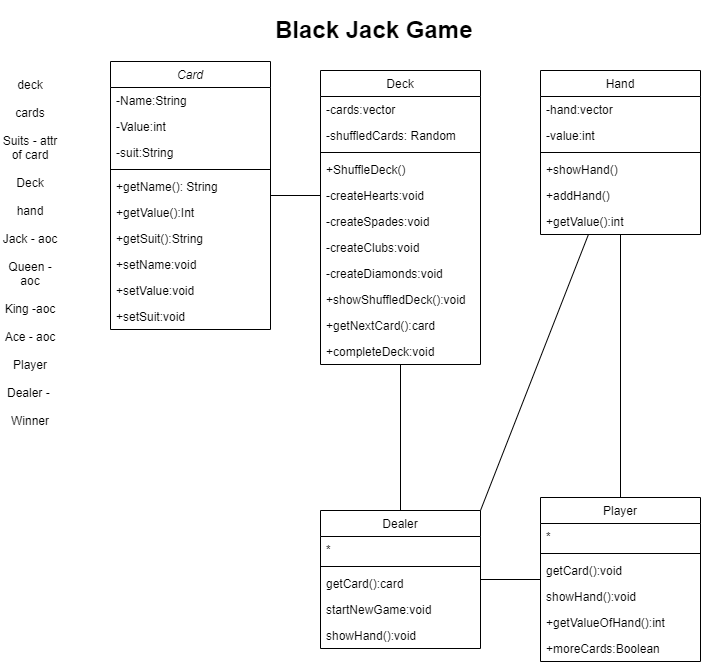
LaughingRover/Blackjack keeps this draw.io diagram as src/blackjack.drawio.png. Above is the earlier version. Source tidied: cells renumbered, new cells last; positions are measured from the earlier drawing's top-left corner, leaving out a move shared by most shapes.
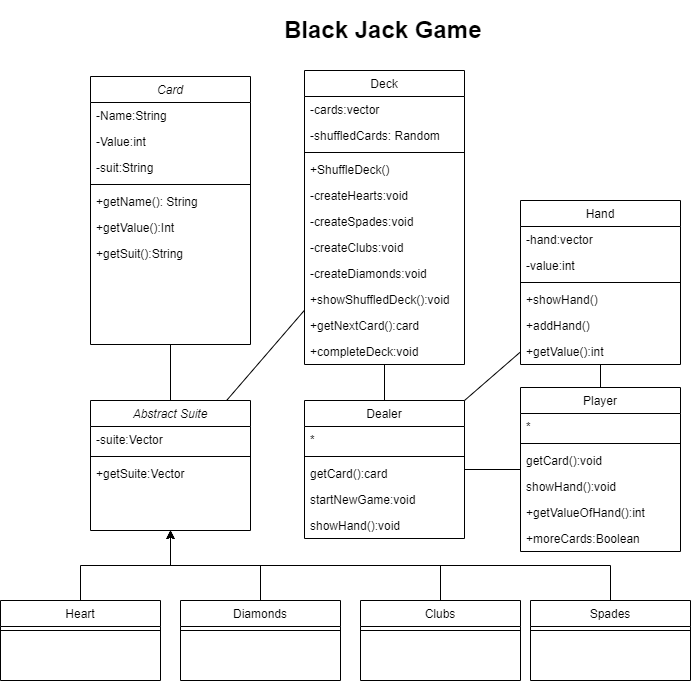
After the change.

Diff of the diagram source:
```diff
@@ -3,7 +3,7 @@
     <mxCell id="0" />
     <mxCell id="1" parent="0" />
     <mxCell id="2" value="Card" style="swimlane;fontStyle=2;align=center;verticalAlign=top;horizontal=1;startSize=26;rounded=0;shadow=0;strokeWidth=1;" parent="1" vertex="1">
-      <mxGeometry x="110" y="51" width="160" height="268" as="geometry" />
+      <mxGeometry x="100" y="66" width="160" height="268" as="geometry" />
     </mxCell>
     <mxCell id="3" value="-Name:String" style="text;align=left;verticalAlign=top;spacingLeft=4;spacingRight=4;overflow=hidden;" parent="2" vertex="1">
       <mxGeometry y="26" width="160" height="26" as="geometry" />
@@ -26,17 +26,8 @@
     <mxCell id="9" value="+getSuit():String" style="text;align=left;verticalAlign=top;spacingLeft=4;spacingRight=4;overflow=hidden;" parent="2" vertex="1">
       <mxGeometry y="164" width="160" height="26" as="geometry" />
     </mxCell>
-    <mxCell id="10" value="+setName:void" style="text;align=left;verticalAlign=top;spacingLeft=4;spacingRight=4;overflow=hidden;" parent="2" vertex="1">
-      <mxGeometry y="190" width="160" height="26" as="geometry" />
-    </mxCell>
-    <mxCell id="11" value="+setValue:void" style="text;align=left;verticalAlign=top;spacingLeft=4;spacingRight=4;overflow=hidden;" parent="2" vertex="1">
-      <mxGeometry y="216" width="160" height="26" as="geometry" />
-    </mxCell>
-    <mxCell id="12" value="+setSuit:void" style="text;align=left;verticalAlign=top;spacingLeft=4;spacingRight=4;overflow=hidden;" parent="2" vertex="1">
-      <mxGeometry y="242" width="160" height="26" as="geometry" />
-    </mxCell>
     <mxCell id="13" value="Player" style="swimlane;fontStyle=0;align=center;verticalAlign=top;horizontal=1;startSize=26;rounded=0;shadow=0;strokeWidth=1;" parent="1" vertex="1">
-      <mxGeometry x="540" y="487" width="160" height="164" as="geometry" />
+      <mxGeometry x="530" y="377" width="160" height="164" as="geometry" />
     </mxCell>
     <mxCell id="14" value="*" style="text;align=left;verticalAlign=top;spacingLeft=4;spacingRight=4;overflow=hidden;" parent="13" vertex="1">
       <mxGeometry y="26" width="160" height="26" as="geometry" />
@@ -57,7 +48,7 @@
       <mxGeometry y="138" width="160" height="26" as="geometry" />
     </mxCell>
     <mxCell id="20" value="Hand" style="swimlane;fontStyle=0;align=center;verticalAlign=top;horizontal=1;startSize=26;rounded=0;shadow=0;strokeWidth=1;" parent="1" vertex="1">
-      <mxGeometry x="540" y="60" width="160" height="164" as="geometry" />
+      <mxGeometry x="530" y="190" width="160" height="164" as="geometry" />
     </mxCell>
     <mxCell id="21" value="-hand:vector" style="text;align=left;verticalAlign=top;spacingLeft=4;spacingRight=4;overflow=hidden;" parent="20" vertex="1">
       <mxGeometry y="26" width="160" height="26" as="geometry" />
@@ -78,7 +69,7 @@
       <mxGeometry y="138" width="160" height="26" as="geometry" />
     </mxCell>
     <mxCell id="27" value="Deck" style="swimlane;fontStyle=0;align=center;verticalAlign=top;horizontal=1;startSize=26;rounded=0;shadow=0;strokeWidth=1;" parent="1" vertex="1">
-      <mxGeometry x="320" y="60" width="160" height="294" as="geometry" />
+      <mxGeometry x="314" y="60" width="160" height="294" as="geometry" />
     </mxCell>
     <mxCell id="28" value="-cards:vector" style="text;align=left;verticalAlign=top;spacingLeft=4;spacingRight=4;overflow=hidden;" parent="27" vertex="1">
       <mxGeometry y="26" width="160" height="26" as="geometry" />
@@ -113,14 +104,11 @@
     <mxCell id="38" value="+completeDeck:void" style="text;align=left;verticalAlign=top;spacingLeft=4;spacingRight=4;overflow=hidden;" parent="27" vertex="1">
       <mxGeometry y="268" width="160" height="26" as="geometry" />
     </mxCell>
-    <mxCell id="39" value="&lt;br&gt;deck&lt;br&gt;&lt;br&gt;cards&lt;br&gt;&lt;br&gt;Suits - attr of card&lt;br&gt;&lt;br&gt;Deck&lt;br&gt;&lt;br&gt;hand&lt;br&gt;&lt;br&gt;Jack - aoc&lt;br&gt;&lt;br&gt;Queen - aoc&lt;br&gt;&lt;br&gt;King -aoc&lt;br&gt;&lt;br&gt;Ace - aoc&lt;br&gt;&lt;br&gt;Player&lt;br&gt;&lt;br&gt;Dealer -&amp;nbsp;&lt;br&gt;&lt;br&gt;Winner" style="text;html=1;strokeColor=none;fillColor=none;align=center;verticalAlign=middle;whiteSpace=wrap;rounded=0;" parent="1" vertex="1">
-      <mxGeometry y="220" width="60" height="30" as="geometry" />
-    </mxCell>
     <mxCell id="40" value="&lt;h1&gt;Black Jack Game&lt;/h1&gt;" style="text;html=1;strokeColor=none;fillColor=none;spacing=5;spacingTop=-20;whiteSpace=wrap;overflow=hidden;rounded=0;" parent="1" vertex="1">
-      <mxGeometry x="270" width="210" height="50" as="geometry" />
+      <mxGeometry x="289" width="210" height="40" as="geometry" />
     </mxCell>
     <mxCell id="41" value="Dealer" style="swimlane;fontStyle=0;align=center;verticalAlign=top;horizontal=1;startSize=26;rounded=0;shadow=0;strokeWidth=1;" parent="1" vertex="1">
-      <mxGeometry x="320" y="500" width="160" height="138" as="geometry" />
+      <mxGeometry x="314" y="390" width="160" height="138" as="geometry" />
     </mxCell>
     <mxCell id="42" value="*" style="text;align=left;verticalAlign=top;spacingLeft=4;spacingRight=4;overflow=hidden;" parent="41" vertex="1">
       <mxGeometry y="26" width="160" height="26" as="geometry" />
@@ -146,11 +134,62 @@
     <mxCell id="49" style="endArrow=none;html=1;rounded=0;entryX=0.5;entryY=1;entryDx=0;entryDy=0;exitX=0.5;exitY=0;exitDx=0;exitDy=0;" parent="1" edge="1" source="41" target="27">
       <mxGeometry relative="1" as="geometry" />
     </mxCell>
-    <mxCell id="50" style="endArrow=none;html=1;rounded=0;entryX=0;entryY=0.5;entryDx=0;entryDy=0;" parent="1" edge="1" source="2" target="32">
+    <mxCell id="50" style="endArrow=none;html=1;rounded=0;entryX=0.5;entryY=0;entryDx=0;entryDy=0;" parent="1" edge="1" source="2" target="52">
       <mxGeometry relative="1" as="geometry" />
     </mxCell>
     <mxCell id="51" style="endArrow=none;html=1;rounded=0;exitX=1;exitY=0;exitDx=0;exitDy=0;" parent="1" edge="1" source="41" target="20">
       <mxGeometry relative="1" as="geometry" />
     </mxCell>
+    <mxCell id="52" value="Abstract Suite" style="swimlane;fontStyle=2;align=center;verticalAlign=top;horizontal=1;startSize=26;rounded=0;shadow=0;strokeWidth=1;" parent="1" vertex="1">
+      <mxGeometry x="100" y="390" width="160" height="130" as="geometry" />
+    </mxCell>
+    <mxCell id="53" value="-suite:Vector" style="text;align=left;verticalAlign=top;spacingLeft=4;spacingRight=4;overflow=hidden;" parent="52" vertex="1">
+      <mxGeometry y="26" width="160" height="26" as="geometry" />
+    </mxCell>
+    <mxCell id="54" style="line;html=1;strokeWidth=1;align=left;verticalAlign=middle;spacingTop=-1;spacingLeft=3;spacingRight=3;labelPosition=right;" parent="52" vertex="1">
+      <mxGeometry y="52" width="160" height="8" as="geometry" />
+    </mxCell>
+    <mxCell id="55" value="+getSuite:Vector" style="text;align=left;verticalAlign=top;spacingLeft=4;spacingRight=4;overflow=hidden;" parent="52" vertex="1">
+      <mxGeometry y="60" width="160" height="26" as="geometry" />
+    </mxCell>
+    <mxCell id="56" style="edgeStyle=orthogonalEdgeStyle;rounded=0;jettySize=auto;html=1;exitX=0.5;exitY=0;exitDx=0;exitDy=0;entryX=0.5;entryY=1;entryDx=0;entryDy=0;" parent="1" edge="1" source="57" target="52">
+      <mxGeometry relative="1" as="geometry" />
+    </mxCell>
+    <mxCell id="57" value="Heart" style="swimlane;fontStyle=0;align=center;verticalAlign=top;horizontal=1;startSize=26;rounded=0;shadow=0;strokeWidth=1;" parent="1" vertex="1">
+      <mxGeometry x="10" y="590" width="160" height="80" as="geometry" />
+    </mxCell>
+    <mxCell id="58" style="line;html=1;strokeWidth=1;align=left;verticalAlign=middle;spacingTop=-1;spacingLeft=3;spacingRight=3;labelPosition=right;" parent="57" vertex="1">
+      <mxGeometry y="26" width="160" height="8" as="geometry" />
+    </mxCell>
+    <mxCell id="59" style="edgeStyle=orthogonalEdgeStyle;rounded=0;jettySize=auto;html=1;exitX=0.5;exitY=0;exitDx=0;exitDy=0;entryX=0.5;entryY=1;entryDx=0;entryDy=0;" parent="1" edge="1" source="60" target="52">
+      <mxGeometry relative="1" as="geometry" />
+    </mxCell>
+    <mxCell id="60" value="Diamonds" style="swimlane;fontStyle=0;align=center;verticalAlign=top;horizontal=1;startSize=26;rounded=0;shadow=0;strokeWidth=1;" parent="1" vertex="1">
+      <mxGeometry x="190" y="590" width="160" height="80" as="geometry" />
+    </mxCell>
+    <mxCell id="61" style="line;html=1;strokeWidth=1;align=left;verticalAlign=middle;spacingTop=-1;spacingLeft=3;spacingRight=3;labelPosition=right;" parent="60" vertex="1">
+      <mxGeometry y="26" width="160" height="8" as="geometry" />
+    </mxCell>
+    <mxCell id="62" style="edgeStyle=orthogonalEdgeStyle;rounded=0;jettySize=auto;html=1;exitX=0.5;exitY=0;exitDx=0;exitDy=0;entryX=0.5;entryY=1;entryDx=0;entryDy=0;" parent="1" edge="1" source="63" target="52">
+      <mxGeometry relative="1" as="geometry" />
+    </mxCell>
+    <mxCell id="63" value="Clubs" style="swimlane;fontStyle=0;align=center;verticalAlign=top;horizontal=1;startSize=26;rounded=0;shadow=0;strokeWidth=1;" parent="1" vertex="1">
+      <mxGeometry x="370" y="590" width="160" height="80" as="geometry" />
+    </mxCell>
+    <mxCell id="64" style="line;html=1;strokeWidth=1;align=left;verticalAlign=middle;spacingTop=-1;spacingLeft=3;spacingRight=3;labelPosition=right;" parent="63" vertex="1">
+      <mxGeometry y="26" width="160" height="8" as="geometry" />
+    </mxCell>
+    <mxCell id="65" style="edgeStyle=orthogonalEdgeStyle;rounded=0;jettySize=auto;html=1;exitX=0.5;exitY=0;exitDx=0;exitDy=0;entryX=0.5;entryY=1;entryDx=0;entryDy=0;" parent="1" edge="1" source="66" target="52">
+      <mxGeometry relative="1" as="geometry" />
+    </mxCell>
+    <mxCell id="66" value="Spades" style="swimlane;fontStyle=0;align=center;verticalAlign=top;horizontal=1;startSize=26;rounded=0;shadow=0;strokeWidth=1;" parent="1" vertex="1">
+      <mxGeometry x="540" y="590" width="160" height="80" as="geometry" />
+    </mxCell>
+    <mxCell id="67" style="line;html=1;strokeWidth=1;align=left;verticalAlign=middle;spacingTop=-1;spacingLeft=3;spacingRight=3;labelPosition=right;" parent="66" vertex="1">
+      <mxGeometry y="26" width="160" height="8" as="geometry" />
+    </mxCell>
+    <mxCell id="68" style="endArrow=none;html=1;rounded=0;" parent="1" edge="1" source="27" target="52">
+      <mxGeometry relative="1" as="geometry" />
+    </mxCell>
   </root>
 </mxGraphModel>
```
